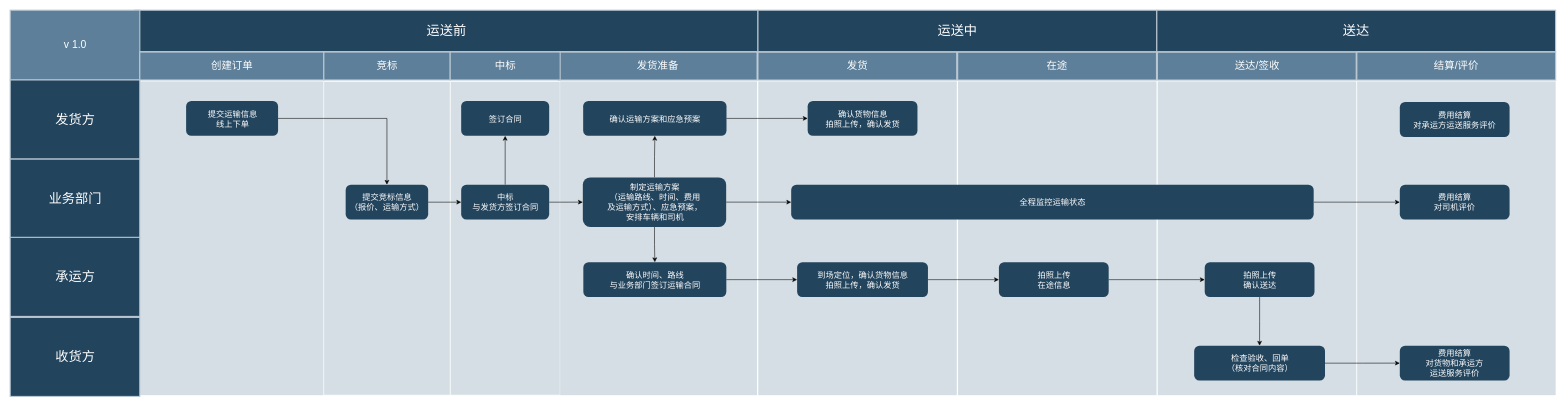
Before: draw/KunShan_HuaZhongBao/Untitled Diagram.drawio in hainayun/nanjing_dev, a draw.io diagram. Source tidied: cells renumbered, new cells numbered last; positions are measured from the earlier drawing's top-left corner, leaving out a move shared by most shapes. Both pictures are drawn from the tidied source at 55%, with x=0, y=0 at pixel (10, 10).
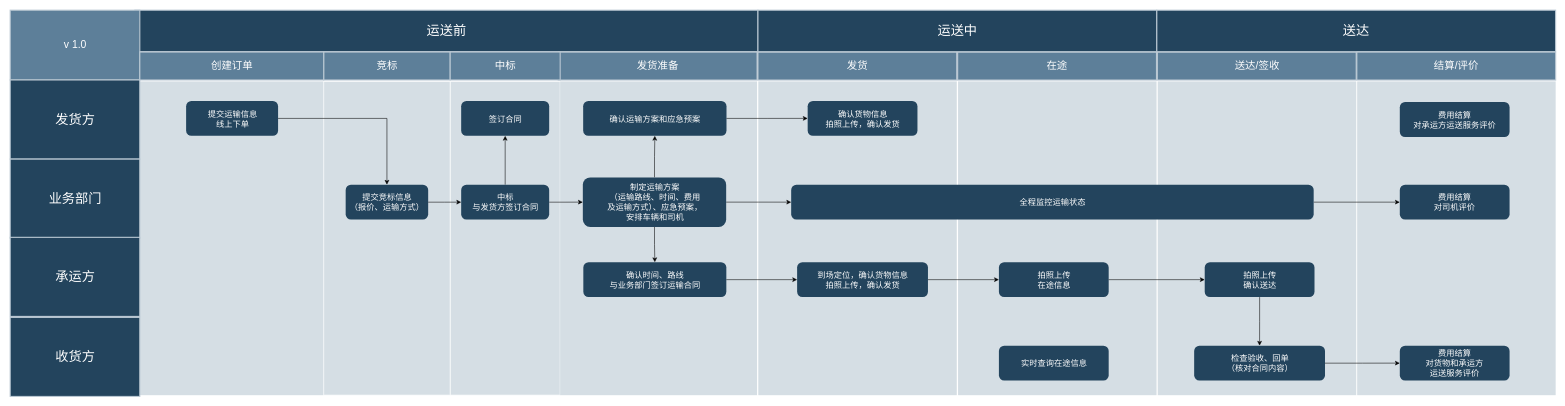
The same diagram, later.

The edit, as a diff of the source:
```diff
@@
+    <mxCell id="56" value="&lt;font color=&quot;#ffffff&quot;&gt;&lt;span style=&quot;font-size: 15px&quot;&gt;实时查询在途信息&lt;br&gt;&lt;/span&gt;&lt;/font&gt;" style="rounded=1;fillColor=#23445D;strokeColor=none;strokeWidth=2;fontFamily=Helvetica;html=1;gradientColor=none;" parent="1" vertex="1">
+      <mxGeometry x="1797.7" y="610" width="199.6" height="63.5" as="geometry" />
+    </mxCell>
```
